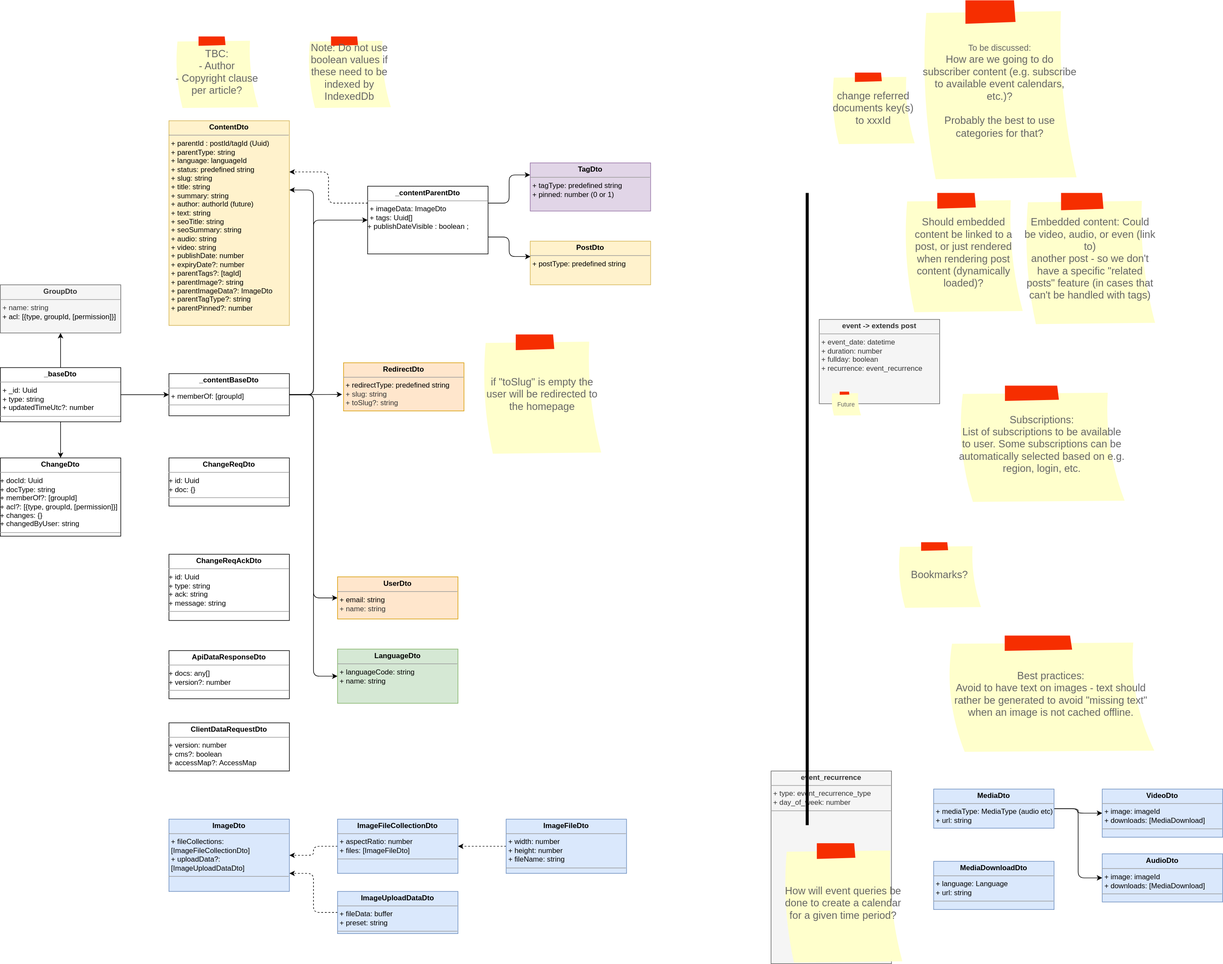
The draw.io diagram docs/datamodel.drawio.svg in bccsa/luminary, before a commit. Source tidied: cells renumbered, new cells last; positions are measured from the earlier drawing's top-left corner, leaving out a move shared by most shapes.
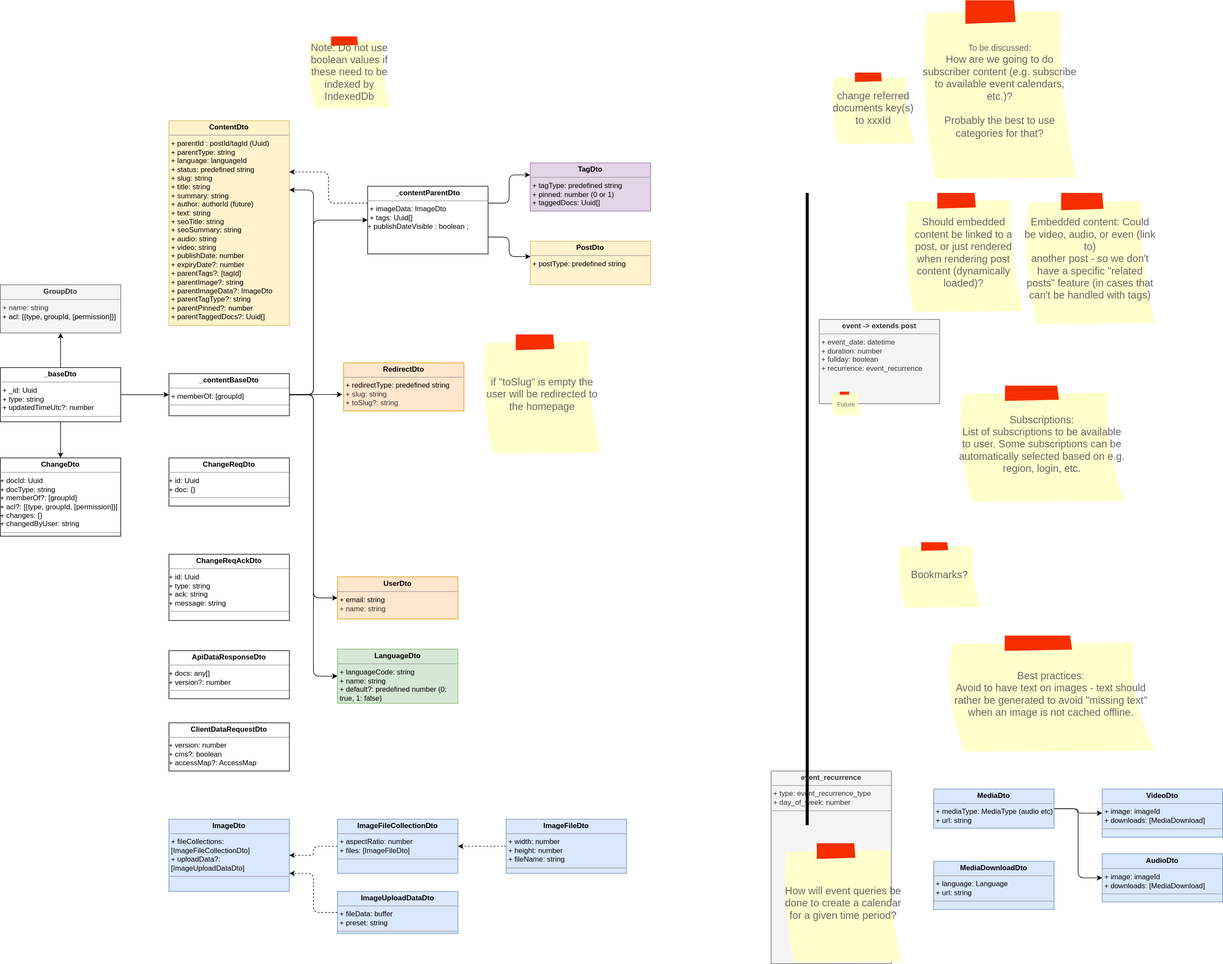
Above is the later version.

Commit message:
update data model

Diff of the diagram source:
```diff
@@ -2,7 +2,7 @@
   <root>
     <mxCell id="0" />
     <mxCell id="1" parent="0" />
-    <mxCell id="2" value="&lt;p style=&quot;margin:0px;margin-top:4px;text-align:center;&quot;&gt;&lt;b&gt;ContentDto&lt;/b&gt;&lt;/p&gt;&lt;hr size=&quot;1&quot;&gt;&lt;p style=&quot;border-color: var(--border-color); margin: 0px 0px 0px 4px;&quot;&gt;&lt;span style=&quot;border-color: var(--border-color); background-color: initial;&quot;&gt;&lt;/span&gt;&lt;/p&gt;&lt;p style=&quot;border-color: var(--border-color); margin: 0px 0px 0px 4px;&quot;&gt;&lt;span style=&quot;border-color: var(--border-color); background-color: initial;&quot;&gt;+ parentId&lt;/span&gt;&lt;span style=&quot;background-color: initial;&quot;&gt;: postId/tagId (Uuid)&lt;/span&gt;&lt;/p&gt;&lt;p style=&quot;border-color: var(--border-color); margin: 0px 0px 0px 4px;&quot;&gt;&lt;span style=&quot;background-color: initial;&quot;&gt;+ parentType: string&lt;/span&gt;&lt;/p&gt;&lt;p style=&quot;border-color: var(--border-color); margin: 0px 0px 0px 4px;&quot;&gt;&lt;span style=&quot;border-color: var(--border-color); background-color: initial;&quot;&gt;+ language: languageId&lt;/span&gt;&lt;/p&gt;&lt;p style=&quot;border-color: var(--border-color); margin: 0px 0px 0px 4px;&quot;&gt;&lt;span style=&quot;border-color: var(--border-color); background-color: initial;&quot;&gt;+ status: predefined string&lt;br&gt;&lt;/span&gt;&lt;/p&gt;&lt;p style=&quot;border-color: var(--border-color); margin: 0px 0px 0px 4px;&quot;&gt;+ slug: string&lt;/p&gt;&lt;p style=&quot;margin:0px;margin-left:4px;&quot;&gt;+ title: string&lt;/p&gt;&lt;p style=&quot;margin:0px;margin-left:4px;&quot;&gt;+ summary: string&lt;/p&gt;&lt;p style=&quot;margin:0px;margin-left:4px;&quot;&gt;+ author: authorId (future)&lt;br&gt;&lt;/p&gt;&lt;p style=&quot;margin:0px;margin-left:4px;&quot;&gt;+ text: string&lt;/p&gt;&lt;p style=&quot;margin:0px;margin-left:4px;&quot;&gt;+ seoTitle: string&lt;/p&gt;&lt;p style=&quot;margin:0px;margin-left:4px;&quot;&gt;+ seoSummary: string&lt;/p&gt;&lt;p style=&quot;margin:0px;margin-left:4px;&quot;&gt;+ audio: string&lt;/p&gt;&lt;p style=&quot;margin:0px;margin-left:4px;&quot;&gt;+ video: string&lt;/p&gt;&lt;p style=&quot;border-color: var(--border-color); margin: 0px 0px 0px 4px;&quot;&gt;&lt;span style=&quot;border-color: var(--border-color); background-color: initial;&quot;&gt;+ publishDate: number&lt;/span&gt;&lt;br style=&quot;border-color: var(--border-color);&quot;&gt;&lt;/p&gt;&lt;p style=&quot;border-color: var(--border-color); margin: 0px 0px 0px 4px;&quot;&gt;+ expiryDate?: number&lt;/p&gt;&lt;p style=&quot;border-color: var(--border-color); margin: 0px 0px 0px 4px;&quot;&gt;+ parentTags?: [tagId]&lt;/p&gt;&lt;p style=&quot;border-color: var(--border-color); margin: 0px 0px 0px 4px;&quot;&gt;+ parentImage?: string&lt;/p&gt;&lt;p style=&quot;border-color: var(--border-color); margin: 0px 0px 0px 4px;&quot;&gt;+ parentImageData?: ImageDto&lt;/p&gt;&lt;p style=&quot;border-color: var(--border-color); margin: 0px 0px 0px 4px;&quot;&gt;+ parentTagType?: string&lt;/p&gt;&lt;p style=&quot;border-color: var(--border-color); margin: 0px 0px 0px 4px;&quot;&gt;+ parentPinned?: number&lt;/p&gt;&lt;p style=&quot;border-color: var(--border-color); margin: 0px 0px 0px 4px;&quot;&gt;&lt;br&gt;&lt;/p&gt;&lt;hr size=&quot;1&quot;&gt;&lt;p style=&quot;margin:0px;margin-left:4px;&quot;&gt;&lt;br&gt;&lt;/p&gt;" style="verticalAlign=top;align=left;overflow=fill;fontSize=12;fontFamily=Helvetica;html=1;whiteSpace=wrap;fillColor=#fff2cc;strokeColor=#d6b656;" parent="1" vertex="1">
+    <mxCell id="2" value="&lt;p style=&quot;margin:0px;margin-top:4px;text-align:center;&quot;&gt;&lt;b&gt;ContentDto&lt;/b&gt;&lt;/p&gt;&lt;hr size=&quot;1&quot;&gt;&lt;p style=&quot;border-color: var(--border-color); margin: 0px 0px 0px 4px;&quot;&gt;&lt;span style=&quot;border-color: var(--border-color); background-color: initial;&quot;&gt;&lt;/span&gt;&lt;/p&gt;&lt;p style=&quot;border-color: var(--border-color); margin: 0px 0px 0px 4px;&quot;&gt;&lt;span style=&quot;border-color: var(--border-color); background-color: initial;&quot;&gt;+ parentId&lt;/span&gt;&lt;span style=&quot;background-color: initial;&quot;&gt;: postId/tagId (Uuid)&lt;/span&gt;&lt;/p&gt;&lt;p style=&quot;border-color: var(--border-color); margin: 0px 0px 0px 4px;&quot;&gt;&lt;span style=&quot;background-color: initial;&quot;&gt;+ parentType: string&lt;/span&gt;&lt;/p&gt;&lt;p style=&quot;border-color: var(--border-color); margin: 0px 0px 0px 4px;&quot;&gt;&lt;span style=&quot;border-color: var(--border-color); background-color: initial;&quot;&gt;+ language: languageId&lt;/span&gt;&lt;/p&gt;&lt;p style=&quot;border-color: var(--border-color); margin: 0px 0px 0px 4px;&quot;&gt;&lt;span style=&quot;border-color: var(--border-color); background-color: initial;&quot;&gt;+ status: predefined string&lt;br&gt;&lt;/span&gt;&lt;/p&gt;&lt;p style=&quot;border-color: var(--border-color); margin: 0px 0px 0px 4px;&quot;&gt;+ slug: string&lt;/p&gt;&lt;p style=&quot;margin:0px;margin-left:4px;&quot;&gt;+ title: string&lt;/p&gt;&lt;p style=&quot;margin:0px;margin-left:4px;&quot;&gt;+ summary: string&lt;/p&gt;&lt;p style=&quot;margin:0px;margin-left:4px;&quot;&gt;+ author: authorId (future)&lt;br&gt;&lt;/p&gt;&lt;p style=&quot;margin:0px;margin-left:4px;&quot;&gt;+ text: string&lt;/p&gt;&lt;p style=&quot;margin:0px;margin-left:4px;&quot;&gt;+ seoTitle: string&lt;/p&gt;&lt;p style=&quot;margin:0px;margin-left:4px;&quot;&gt;+ seoSummary: string&lt;/p&gt;&lt;p style=&quot;margin:0px;margin-left:4px;&quot;&gt;+ audio: string&lt;/p&gt;&lt;p style=&quot;margin:0px;margin-left:4px;&quot;&gt;+ video: string&lt;/p&gt;&lt;p style=&quot;border-color: var(--border-color); margin: 0px 0px 0px 4px;&quot;&gt;&lt;span style=&quot;border-color: var(--border-color); background-color: initial;&quot;&gt;+ publishDate: number&lt;/span&gt;&lt;br style=&quot;border-color: var(--border-color);&quot;&gt;&lt;/p&gt;&lt;p style=&quot;border-color: var(--border-color); margin: 0px 0px 0px 4px;&quot;&gt;+ expiryDate?: number&lt;/p&gt;&lt;p style=&quot;border-color: var(--border-color); margin: 0px 0px 0px 4px;&quot;&gt;+ parentTags?: [tagId]&lt;/p&gt;&lt;p style=&quot;border-color: var(--border-color); margin: 0px 0px 0px 4px;&quot;&gt;+ parentImage?: string&lt;/p&gt;&lt;p style=&quot;border-color: var(--border-color); margin: 0px 0px 0px 4px;&quot;&gt;+ parentImageData?: ImageDto&lt;/p&gt;&lt;p style=&quot;border-color: var(--border-color); margin: 0px 0px 0px 4px;&quot;&gt;+ parentTagType?: string&lt;/p&gt;&lt;p style=&quot;border-color: var(--border-color); margin: 0px 0px 0px 4px;&quot;&gt;+ parentPinned?: number&lt;/p&gt;&lt;p style=&quot;border-color: var(--border-color); margin: 0px 0px 0px 4px;&quot;&gt;+ parentTaggedDocs?: Uuid[]&lt;/p&gt;&lt;p style=&quot;border-color: var(--border-color); margin: 0px 0px 0px 4px;&quot;&gt;&lt;br&gt;&lt;/p&gt;&lt;hr size=&quot;1&quot;&gt;&lt;p style=&quot;margin:0px;margin-left:4px;&quot;&gt;&lt;br&gt;&lt;/p&gt;" style="verticalAlign=top;align=left;overflow=fill;fontSize=12;fontFamily=Helvetica;html=1;whiteSpace=wrap;fillColor=#fff2cc;strokeColor=#d6b656;" parent="1" vertex="1">
       <mxGeometry x="280" y="200" width="200" height="340" as="geometry" />
     </mxCell>
     <mxCell id="3" style="edgeStyle=orthogonalEdgeStyle;rounded=1;jettySize=auto;html=1;exitX=1;exitY=0.5;exitDx=0;exitDy=0;entryX=0;entryY=0.5;entryDx=0;entryDy=0;curved=0;" parent="1" edge="1" source="35" target="50">
@@ -37,7 +37,7 @@
     <mxCell id="9" value="&lt;p style=&quot;margin:0px;margin-top:4px;text-align:center;&quot;&gt;&lt;b&gt;ImageDto&lt;/b&gt;&lt;/p&gt;&lt;hr size=&quot;1&quot;&gt;&lt;p style=&quot;margin:0px;margin-left:4px;&quot;&gt;&lt;span style=&quot;background-color: initial;&quot;&gt;+ fileCollections: [ImageFileCollectionDto]&lt;/span&gt;&lt;br&gt;&lt;/p&gt;&lt;p style=&quot;margin:0px;margin-left:4px;&quot;&gt;+ uploadData?: [ImageUploadDataDto]&lt;/p&gt;&lt;hr size=&quot;1&quot;&gt;&lt;p style=&quot;margin:0px;margin-left:4px;&quot;&gt;&lt;br&gt;&lt;/p&gt;" style="verticalAlign=top;align=left;overflow=fill;fontSize=12;fontFamily=Helvetica;html=1;whiteSpace=wrap;fillColor=#dae8fc;strokeColor=#6c8ebf;" parent="1" vertex="1">
       <mxGeometry x="280" y="1360" width="200" height="120" as="geometry" />
     </mxCell>
-    <mxCell id="10" value="&lt;p style=&quot;margin:0px;margin-top:4px;text-align:center;&quot;&gt;&lt;b&gt;LanguageDto&lt;/b&gt;&lt;/p&gt;&lt;hr size=&quot;1&quot;&gt;&lt;p style=&quot;margin:0px;margin-left:4px;&quot;&gt;&lt;span style=&quot;background-color: initial;&quot;&gt;+ languageCode: string&lt;/span&gt;&lt;br&gt;&lt;/p&gt;&lt;p style=&quot;margin:0px;margin-left:4px;&quot;&gt;+ name: string&lt;/p&gt;" style="verticalAlign=top;align=left;overflow=fill;fontSize=12;fontFamily=Helvetica;html=1;whiteSpace=wrap;fillColor=#d5e8d4;strokeColor=#82b366;" parent="1" vertex="1">
+    <mxCell id="10" value="&lt;p style=&quot;margin:0px;margin-top:4px;text-align:center;&quot;&gt;&lt;b&gt;LanguageDto&lt;/b&gt;&lt;/p&gt;&lt;hr size=&quot;1&quot;&gt;&lt;p style=&quot;margin:0px;margin-left:4px;&quot;&gt;&lt;span style=&quot;background-color: initial;&quot;&gt;+ languageCode: string&lt;/span&gt;&lt;br&gt;&lt;/p&gt;&lt;p style=&quot;margin:0px;margin-left:4px;&quot;&gt;+ name: string&lt;/p&gt;&lt;p style=&quot;margin:0px;margin-left:4px;&quot;&gt;+ default?: predefined number (0: true, 1: false)&lt;/p&gt;" style="verticalAlign=top;align=left;overflow=fill;fontSize=12;fontFamily=Helvetica;html=1;whiteSpace=wrap;fillColor=#d5e8d4;strokeColor=#82b366;" parent="1" vertex="1">
       <mxGeometry x="560" y="1077.5" width="200" height="90" as="geometry" />
     </mxCell>
     <mxCell id="11" value="&lt;p style=&quot;margin:0px;margin-top:4px;text-align:center;&quot;&gt;&lt;b&gt;event -&amp;gt; extends post&lt;/b&gt;&lt;/p&gt;&lt;hr size=&quot;1&quot;&gt;&lt;p style=&quot;margin:0px;margin-left:4px;&quot;&gt;&lt;span style=&quot;background-color: initial;&quot;&gt;+ event_date: datetime&lt;/span&gt;&lt;br&gt;&lt;/p&gt;&lt;p style=&quot;margin:0px;margin-left:4px;&quot;&gt;&lt;span style=&quot;background-color: initial;&quot;&gt;+ duration: number&lt;/span&gt;&lt;/p&gt;&lt;p style=&quot;margin:0px;margin-left:4px;&quot;&gt;&lt;span style=&quot;background-color: initial;&quot;&gt;+ fullday: boolean&lt;/span&gt;&lt;/p&gt;&lt;p style=&quot;margin:0px;margin-left:4px;&quot;&gt;&lt;span style=&quot;background-color: initial;&quot;&gt;+ recurrence: event_recurrence&lt;/span&gt;&lt;/p&gt;" style="verticalAlign=top;align=left;overflow=fill;fontSize=12;fontFamily=Helvetica;html=1;whiteSpace=wrap;glass=0;fillColor=#f5f5f5;fontColor=#333333;strokeColor=#666666;" parent="1" vertex="1">
@@ -94,7 +94,7 @@
     <mxCell id="28" style="edgeStyle=orthogonalEdgeStyle;html=1;fontSize=12;endArrow=classic;endFill=1;dashed=1;exitX=0;exitY=0.25;exitDx=0;exitDy=0;entryX=1;entryY=0.25;entryDx=0;entryDy=0;" parent="1" edge="1" source="50" target="2">
       <mxGeometry relative="1" as="geometry" />
     </mxCell>
-    <mxCell id="29" value="&lt;p style=&quot;margin:0px;margin-top:4px;text-align:center;&quot;&gt;&lt;b&gt;TagDto&lt;/b&gt;&lt;/p&gt;&lt;hr size=&quot;1&quot;&gt;&lt;p style=&quot;margin:0px;margin-left:4px;&quot;&gt;&lt;span style=&quot;background-color: initial;&quot;&gt;+ tagType: predefined string&lt;/span&gt;&lt;/p&gt;&lt;p style=&quot;margin:0px;margin-left:4px;&quot;&gt;&lt;span style=&quot;background-color: initial;&quot;&gt;+ pinned: number (0 or 1)&lt;/span&gt;&lt;/p&gt;&lt;p style=&quot;margin:0px;margin-left:4px;&quot;&gt;&lt;br&gt;&lt;/p&gt;&lt;p style=&quot;margin:0px;margin-left:4px;&quot;&gt;&lt;/p&gt;" style="verticalAlign=top;align=left;overflow=fill;fontSize=12;fontFamily=Helvetica;html=1;whiteSpace=wrap;fillColor=#e1d5e7;strokeColor=#9673a6;" parent="1" vertex="1">
+    <mxCell id="29" value="&lt;p style=&quot;margin:0px;margin-top:4px;text-align:center;&quot;&gt;&lt;b&gt;TagDto&lt;/b&gt;&lt;/p&gt;&lt;hr size=&quot;1&quot;&gt;&lt;p style=&quot;margin:0px;margin-left:4px;&quot;&gt;&lt;span style=&quot;background-color: initial;&quot;&gt;+ tagType: predefined string&lt;/span&gt;&lt;/p&gt;&lt;p style=&quot;margin:0px;margin-left:4px;&quot;&gt;&lt;span style=&quot;background-color: initial;&quot;&gt;+ pinned: number (0 or 1)&lt;/span&gt;&lt;/p&gt;&lt;p style=&quot;margin:0px;margin-left:4px;&quot;&gt;&lt;span style=&quot;background-color: initial;&quot;&gt;+ taggedDocs: Uuid[]&lt;/span&gt;&lt;/p&gt;&lt;p style=&quot;margin:0px;margin-left:4px;&quot;&gt;&lt;br&gt;&lt;/p&gt;&lt;p style=&quot;margin:0px;margin-left:4px;&quot;&gt;&lt;/p&gt;" style="verticalAlign=top;align=left;overflow=fill;fontSize=12;fontFamily=Helvetica;html=1;whiteSpace=wrap;fillColor=#e1d5e7;strokeColor=#9673a6;" parent="1" vertex="1">
       <mxGeometry x="880" y="270" width="200" height="80" as="geometry" />
     </mxCell>
     <mxCell id="30" value="Embedded content: Could be video, audio, or even (link to)&lt;br&gt;another post - so we don't have a specific &quot;related posts&quot; feature (in cases that can't be handled with tags)" style="strokeWidth=1;shadow=0;dashed=0;align=center;html=1;shape=mxgraph.mockup.text.stickyNote2;fontColor=#666666;mainText=;fontSize=17;whiteSpace=wrap;fillColor=#ffffcc;strokeColor=#F62E00;" parent="1" vertex="1">
@@ -124,9 +124,6 @@
     <mxCell id="37" value="&lt;p style=&quot;margin:0px;margin-top:4px;text-align:center;&quot;&gt;&lt;b&gt;_baseDto&lt;/b&gt;&lt;/p&gt;&lt;hr size=&quot;1&quot;&gt;&lt;p style=&quot;margin:0px;margin-left:4px;&quot;&gt;+ _id: Uuid&lt;/p&gt;&lt;p style=&quot;margin:0px;margin-left:4px;&quot;&gt;+ type: string&lt;/p&gt;&lt;p style=&quot;margin:0px;margin-left:4px;&quot;&gt;+ updatedTimeUtc?: number&lt;/p&gt;&lt;hr size=&quot;1&quot;&gt;&lt;p style=&quot;margin:0px;margin-left:4px;&quot;&gt;&lt;br&gt;&lt;/p&gt;" style="verticalAlign=top;align=left;overflow=fill;fontSize=12;fontFamily=Helvetica;html=1;whiteSpace=wrap;" parent="1" vertex="1">
       <mxGeometry y="610" width="200" height="90" as="geometry" />
     </mxCell>
-    <mxCell id="38" value="TBC:&lt;br&gt;- Author&lt;br&gt;- Copyright clause per article?" style="strokeWidth=1;shadow=0;dashed=0;align=center;html=1;shape=mxgraph.mockup.text.stickyNote2;fontColor=#666666;mainText=;fontSize=17;whiteSpace=wrap;fillColor=#ffffcc;strokeColor=#F62E00;" parent="1" vertex="1">
-      <mxGeometry x="290" y="60" width="140" height="120" as="geometry" />
-    </mxCell>
     <mxCell id="39" value="change referred documents key(s) to xxxId" style="strokeWidth=1;shadow=0;dashed=0;align=center;html=1;shape=mxgraph.mockup.text.stickyNote2;fontColor=#666666;mainText=;fontSize=17;whiteSpace=wrap;fillColor=#ffffcc;strokeColor=#F62E00;" parent="1" vertex="1">
       <mxGeometry x="1380" y="120" width="140" height="120" as="geometry" />
     </mxCell>
```
